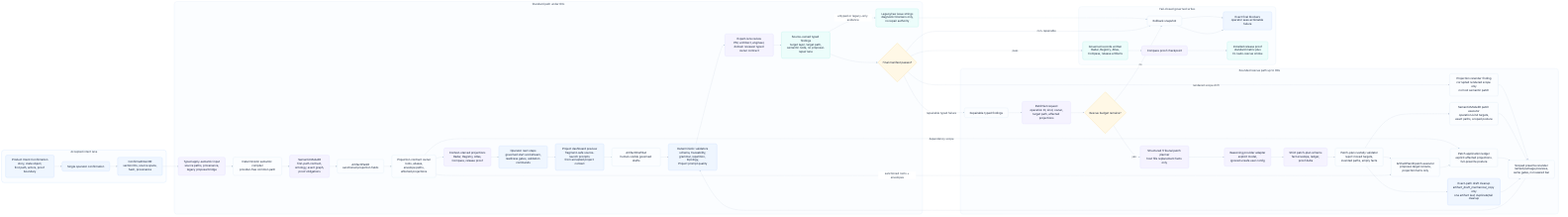
Above: odylith/atlas/source/domain-intelligence-greenfield-governance.png in odylith/odylith (Mermaid), before the change. Its source is kept beside it as odylith/atlas/source/domain-intelligence-greenfield-governance.mmd.
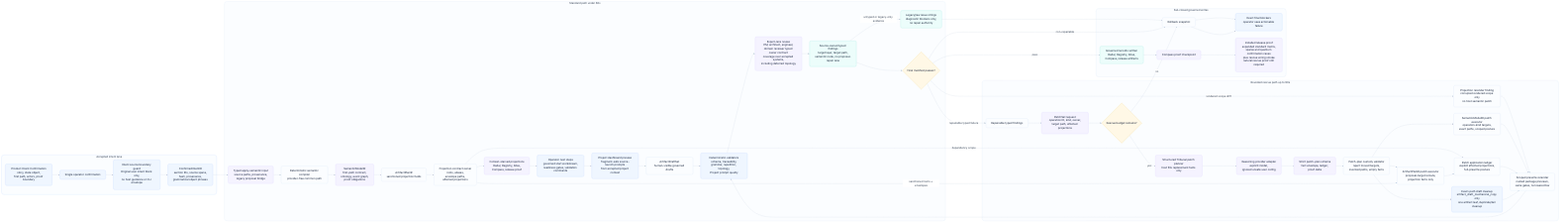
Above is the later version.

Diff of the diagram source:
```diff
@@ -3,7 +3,8 @@
       direction TB
       visible_intent["Product Intent Confirmation<br/>story, state object,<br/>first path, actors, proof boundary"]
       confirm["Single operator confirmation"]
-      confirmed_ir["ConfirmedIntentIR<br/>section IDs, source spans,<br/>hash, provenance"]
+      source_guard["Intent source boundary guard<br/>Original user intent block only,<br/>no host guidance or CLI envelope"]
+      confirmed_ir["ConfirmedIntentIR<br/>section IDs, source spans,<br/>hash, provenance,<br/>grammatical object phrases"]
     end
 
     subgraph standard_lane["Standard path under 60s"]
@@ -18,7 +19,7 @@
       project_dashboard["Project dashboard preview<br/>fragment-safe source-launch prompts<br/>from accepted project context"]
       draft_set["ArtifactDraftSet<br/>human-visible governed drafts"]
       validators["Deterministic validators<br/>schema, traceability,<br/>grammar, repetition, topology,<br/>Project prompt quality"]
-      expert_lenses["Expert-lens review<br/>PM, architect, engineer,<br/>domain reviewer typed owner contract"]
+      expert_lenses["Expert-lens review<br/>PM, architect, engineer,<br/>domain reviewer typed owner contract<br/>coverage over accepted systems,<br/>including deferred topology"]
       typed_findings["Source-owned typed findings<br/>target layer, target path,<br/>semantic node, no proposal-repair lane"]
       legacy_blockers["Legacy/raw issue strings<br/>diagnostic blockers only,<br/>no repair authority"]
       final_manifest{"Final manifest passes?"}
@@ -47,10 +48,10 @@
       rollback["Rollback snapshot"]
       blockers["Exact final blockers<br/>operator sees actionable failure"]
       proof_log["Compass proof checkpoint"]
-      release_matrix["Installed release proof<br/>standard matrix plus<br/>CLI auto-rescue smoke"]
+      release_matrix["Installed release proof<br/>expanded standard matrix,<br/>sparse and quantum confirmation cases<br/>plus rescue wiring smoke<br/>natural rescue proof still required"]
     end
 
-    visible_intent --> confirm --> confirmed_ir
+    visible_intent --> confirm --> source_guard --> confirmed_ir
     confirmed_ir --> apply_input --> compiler --> semantic_ir --> artifact_plan --> projection_contract --> projections --> next_steps --> project_dashboard --> draft_set
     draft_set --> validators --> expert_lenses --> typed_findings --> final_manifest
     typed_findings -- "untyped or legacy-only evidence" --> legacy_blockers --> rollback
@@ -75,7 +76,7 @@
     classDef standard fill:#F8FAFC,stroke:#CBD5E1,color:#17233A,stroke-width:1.2px;
     classDef rescue fill:#FFF7ED,stroke:#FDBA74,color:#17233A,stroke-width:1.2px;
     classDef write fill:#F0FDF4,stroke:#86EFAC,color:#17233A,stroke-width:1.2px;
-    class visible_intent,confirm,confirmed_ir intent;
+    class visible_intent,confirm,source_guard,confirmed_ir intent;
     class apply_input,compiler,semantic_ir,artifact_plan,projection_contract,projections,next_steps,project_dashboard,draft_set,validators,expert_lenses,typed_findings,legacy_blockers,final_manifest standard;
     class repairable,patchset,rescue_budget,tribunal_planner,provider_adapter,strict_schema,custody_check,semantic_apply,plan_apply,scope_ledger,projection_rerender,copy_repair,rerender rescue;
     class writes,rollback,blockers,proof_log,release_matrix write;
```
